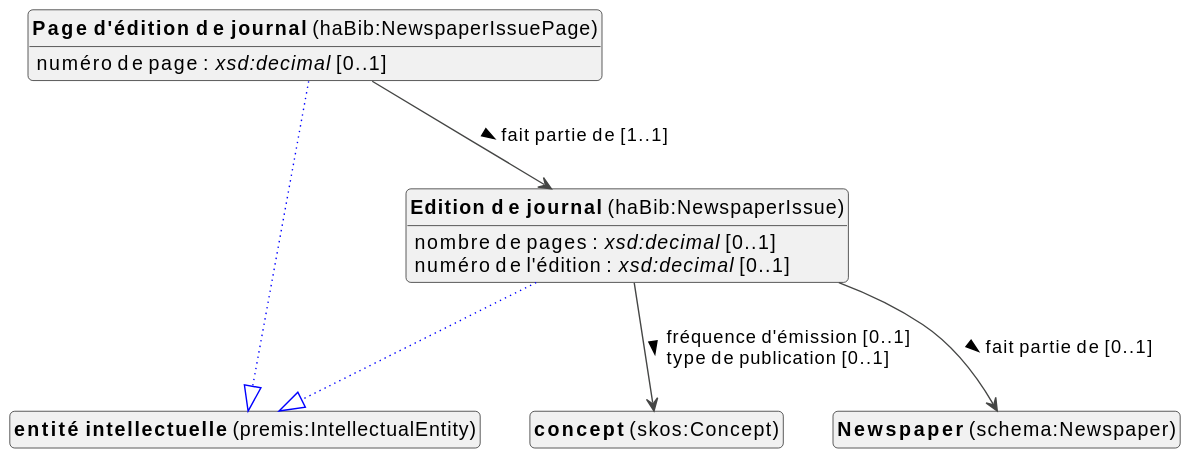
The PlantUML diagram docs/metadata/knowledge-graph/0.0.1/bibliographic/fr/bibliographic-diagram.svg in viaacode/documentation-jekyll, before a commit.
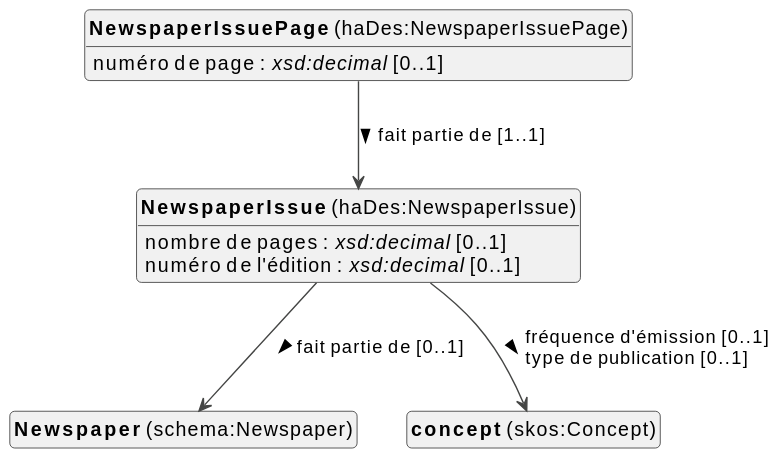
After the commit.

Diff of the diagram source:
```diff
@@ -10,27 +10,23 @@
 top to bottom direction
 
 
+class "<b>NewspaperIssue</b> (haDes:NewspaperIssue)" as haDes_NewspaperIssue [[#haDes%3ANewspaperIssue]]
+class "<b>NewspaperIssuePage</b> (haDes:NewspaperIssuePage)" as haDes_NewspaperIssuePage [[#haDes%3ANewspaperIssuePage]]
 class "<b>Newspaper</b> (schema:Newspaper)" as schema_Newspaper [[#schema%3ANewspaper]]
-class "<b>Edition de journal</b> (haBib:NewspaperIssue)" as haBib_NewspaperIssue [[#haBib%3ANewspaperIssue]]
-class "<b>entité intellectuelle</b> (premis:IntellectualEntity)" as premis_IntellectualEntity [[#premis%3AIntellectualEntity]]
-class "<b>Page d'édition de journal</b> (haBib:NewspaperIssuePage)" as haBib_NewspaperIssuePage [[#haBib%3ANewspaperIssuePage]]
-class "<b>entité intellectuelle</b> (premis:IntellectualEntity)" as premis_IntellectualEntity [[#premis%3AIntellectualEntity]]
 class "<b>concept</b> (skos:Concept)" as skos_Concept [[../../terms/fr#skos%3AConcept]]
 
 
-
-haBib_NewspaperIssue --|> premis_IntellectualEntity #blue;line.dotted;text:blue
-
-haBib_NewspaperIssue : nombre de pages : <i>xsd:decimal</i> [0..1]
-haBib_NewspaperIssue : numéro de l'édition : <i>xsd:decimal</i> [0..1]
-haBib_NewspaperIssue --> schema_Newspaper :fait partie de [0..1]  >
-haBib_NewspaperIssue --> skos_Concept :fréquence d'émission [0..1]  \ltype de publication [0..1]  >
+haDes_NewspaperIssue : nombre de pages : <i>xsd:decimal</i> [0..1]
+haDes_NewspaperIssue : numéro de l'édition : <i>xsd:decimal</i> [0..1]
+haDes_NewspaperIssue --> schema_Newspaper :fait partie de [0..1]  >
+haDes_NewspaperIssue --> skos_Concept :fréquence d'émission [0..1]  \ltype de publication [0..1]  >
 
 
-haBib_NewspaperIssuePage --|> premis_IntellectualEntity #blue;line.dotted;text:blue
 
-haBib_NewspaperIssuePage : numéro de page : <i>xsd:decimal</i> [0..1]
-haBib_NewspaperIssuePage --> haBib_NewspaperIssue :fait partie de [1..1]  >
+haDes_NewspaperIssuePage : numéro de page : <i>xsd:decimal</i> [0..1]
+haDes_NewspaperIssuePage --> haDes_NewspaperIssue :fait partie de [1..1]  >
+
+
 
 
 
```
